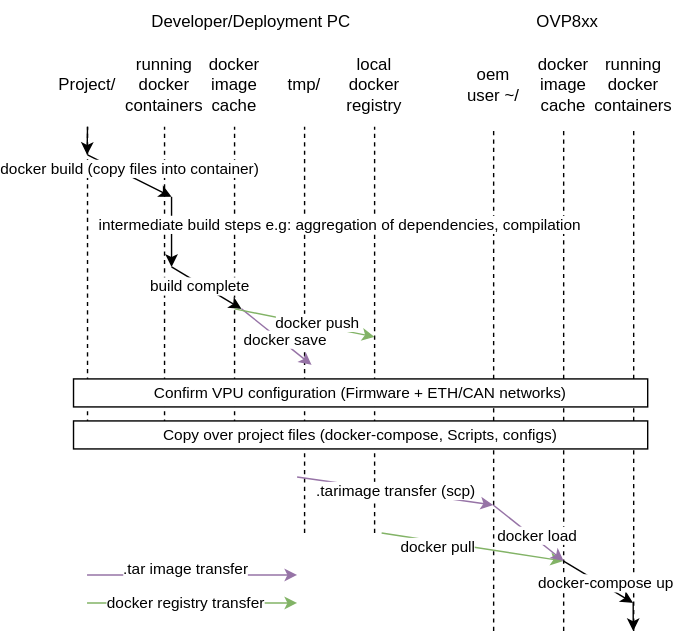
Before: ovp8xx/docker/schematic.drawio.svg, a diagram exported from draw.io (ifm/ifm3d-examples). Source tidied: cells renumbered, new cells last; positions are measured from the earlier drawing's top-left corner, leaving out a move shared by most shapes.
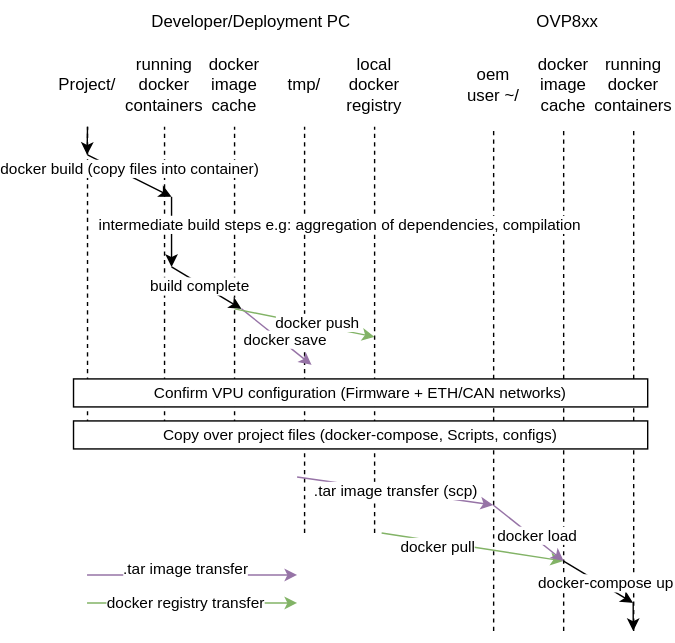
The same diagram one commit later.

Commit message:
correct wording

The edit, as a diff of the source:
```diff
@@ -98,7 +98,7 @@
         <mxPoint x="190" y="260" as="targetPoint" />
       </mxGeometry>
     </mxCell>
-    <mxCell id="22" value=".tarimage transfer (scp)" style="endArrow=classic;html=1;fillColor=#e1d5e7;strokeColor=#9673a6;" parent="1" edge="1">
+    <mxCell id="22" value=".tar image transfer (scp)" style="endArrow=classic;html=1;fillColor=#e1d5e7;strokeColor=#9673a6;" parent="1" edge="1">
       <mxGeometry relative="1" as="geometry">
         <mxPoint x="179.7" y="340" as="sourcePoint" />
         <mxPoint x="319.7" y="360" as="targetPoint" />
```
